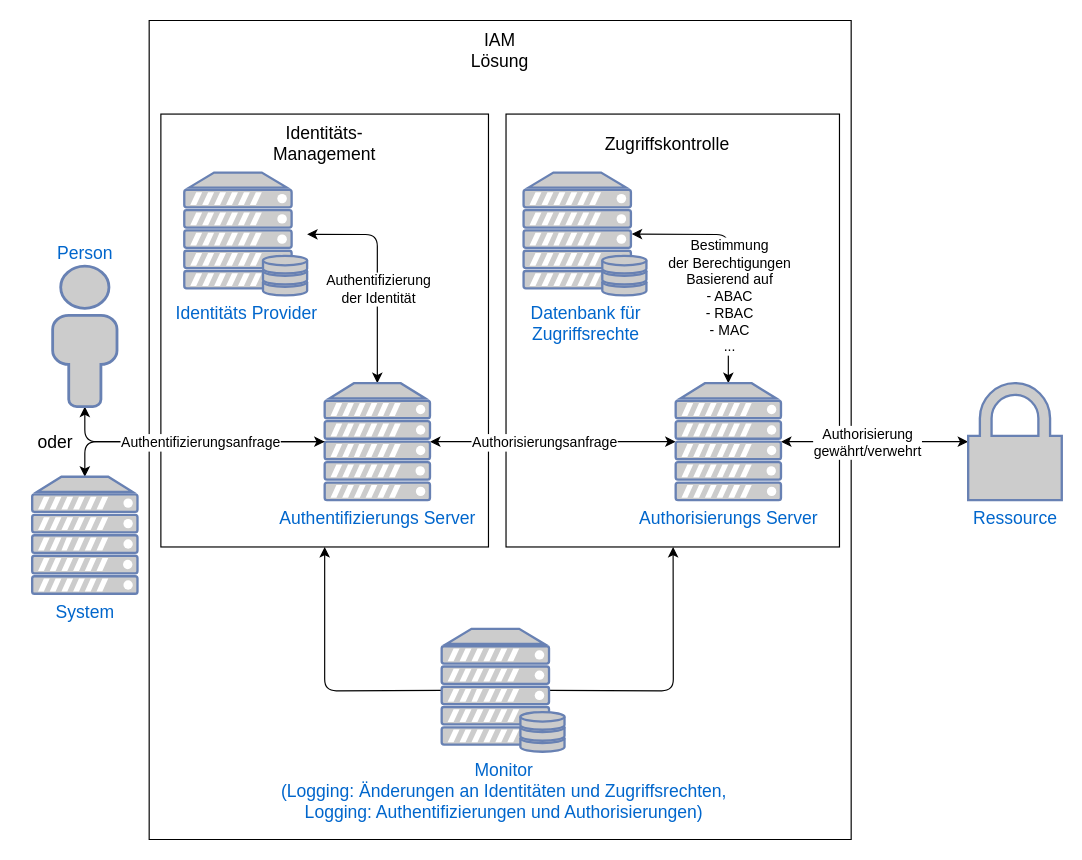
Earlier version of the draw.io diagram seminararbeit/assets/accessmanagement2.drawio (m-heim/IT-GRC). Source tidied: cells renumbered, new cells numbered last; positions are measured from the earlier drawing's top-left corner, leaving out a move shared by most shapes. Both pictures are drawn from the tidied source at 117%, with x=0, y=0 at pixel (20, 20).
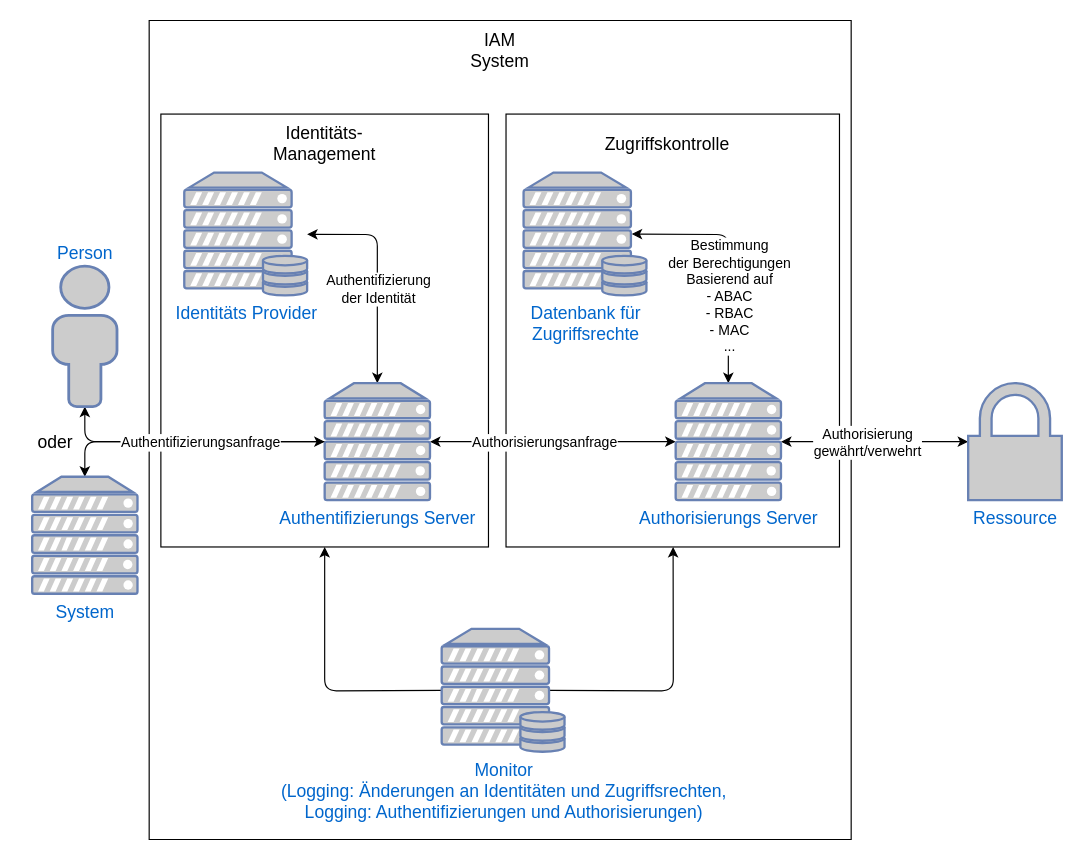
Above is the later version.

Diff of the diagram source:
```diff
@@
-    <mxCell id="29" value="IAM Lösung" style="text;html=1;strokeColor=none;fillColor=none;align=center;verticalAlign=middle;whiteSpace=wrap;rounded=0;fontSize=15;" parent="1" vertex="1">
+    <mxCell id="29" value="IAM System" style="text;html=1;strokeColor=none;fillColor=none;align=center;verticalAlign=middle;whiteSpace=wrap;rounded=0;fontSize=15;" parent="1" vertex="1">
       <mxGeometry x="380" y="10" width="60" height="30" as="geometry" />
     </mxCell>
```
